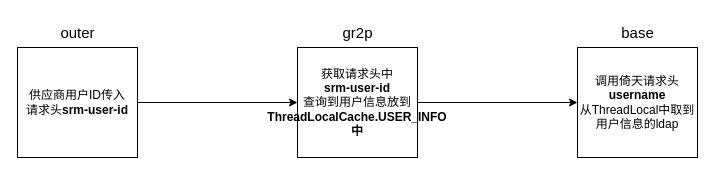
Before: outer请求头传递.drawio in xiaohuihui7726/drawio, a draw.io diagram. Source tidied: cells renumbered, new cells numbered last; positions are measured from the earlier drawing's top-left corner, leaving out a move shared by most shapes. Both pictures are drawn from the tidied source at 100%, with x=0, y=0 at pixel (17, 17).
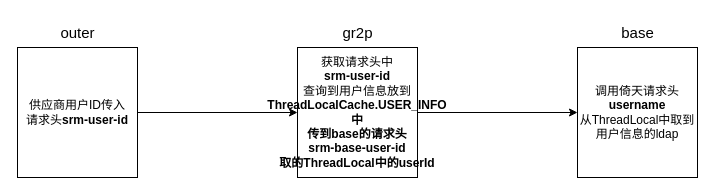
The same page after the edit.

Commit message (it also covers changes not shown here):
更新outer请求头传递.drawio

The edit, as a diff of the source:
```diff
@@
 <mxGraphModel>
   <root>
     <mxCell id="0" />
     <mxCell id="1" parent="0" />
     <mxCell id="2" style="edgeStyle=orthogonalEdgeStyle;rounded=0;jettySize=auto;html=1;entryX=0;entryY=0.5;entryDx=0;entryDy=0;" parent="1" edge="1" source="3" target="6">
       <mxGeometry relative="1" as="geometry" />
     </mxCell>
     <mxCell id="3" value="供应商用户ID传入&lt;div&gt;请求头&lt;b&gt;srm-user-id&lt;/b&gt;&lt;/div&gt;" style="rounded=0;whiteSpace=wrap;html=1;" parent="1" vertex="1">
-      <mxGeometry y="30" width="120" height="110" as="geometry" />
+      <mxGeometry y="30" width="120" height="130" as="geometry" />
     </mxCell>
     <mxCell id="4" value="&lt;font style=&quot;font-size: 15px;&quot;&gt;outer&lt;/font&gt;" style="text;html=1;align=center;verticalAlign=middle;strokeColor=none;fillColor=none;" parent="1" vertex="1">
       <mxGeometry x="30" width="60" height="30" as="geometry" />
     </mxCell>
     <mxCell id="5" style="edgeStyle=orthogonalEdgeStyle;rounded=0;jettySize=auto;html=1;entryX=0;entryY=0.5;entryDx=0;entryDy=0;" parent="1" edge="1" source="6" target="8">
       <mxGeometry relative="1" as="geometry" />
     </mxCell>
-    <mxCell id="6" value="获取请求头中&lt;div&gt;&lt;b&gt;srm-user-id&lt;/b&gt;&lt;/div&gt;&lt;div&gt;查询到用户信息放到&lt;/div&gt;&lt;div&gt;&lt;b&gt;ThreadLocalCache.USER_INFO中&lt;/b&gt;&lt;br&gt;&lt;/div&gt;" style="rounded=0;whiteSpace=wrap;html=1;" parent="1" vertex="1">
-      <mxGeometry x="280" y="30" width="120" height="110" as="geometry" />
+    <mxCell id="6" value="获取请求头中&lt;div&gt;&lt;b&gt;srm-user-id&lt;/b&gt;&lt;/div&gt;&lt;div&gt;查询到用户信息放到&lt;/div&gt;&lt;div&gt;&lt;b&gt;ThreadLocalCache.USER_INFO中&lt;/b&gt;&lt;br&gt;&lt;/div&gt;&lt;div&gt;&lt;b&gt;传到base的请求头&lt;/b&gt;&lt;/div&gt;&lt;div&gt;&lt;span style=&quot;background-color: initial;&quot;&gt;&lt;b&gt;srm-base-user-id&lt;/b&gt;&lt;/span&gt;&lt;/div&gt;&lt;div&gt;&lt;span style=&quot;background-color: initial;&quot;&gt;&lt;b&gt;取的ThreadLocal中的userId&lt;/b&gt;&lt;/span&gt;&lt;/div&gt;" style="rounded=0;whiteSpace=wrap;html=1;" parent="1" vertex="1">
+      <mxGeometry x="280" y="30" width="120" height="130" as="geometry" />
     </mxCell>
     <mxCell id="7" value="&lt;font style=&quot;font-size: 15px;&quot;&gt;gr2p&lt;/font&gt;" style="text;html=1;align=center;verticalAlign=middle;strokeColor=none;fillColor=none;" parent="1" vertex="1">
       <mxGeometry x="315" width="50" height="30" as="geometry" />
     </mxCell>
     <mxCell id="8" value="调用倚天请求头&lt;div&gt;&lt;b&gt;username&lt;/b&gt;&lt;/div&gt;&lt;div&gt;从ThreadLocal中取到用户信息的ldap&lt;/div&gt;" style="rounded=0;whiteSpace=wrap;html=1;" parent="1" vertex="1">
-      <mxGeometry x="560" y="30" width="120" height="110" as="geometry" />
+      <mxGeometry x="560" y="30" width="120" height="130" as="geometry" />
     </mxCell>
     <mxCell id="9" value="&lt;font style=&quot;font-size: 15px;&quot;&gt;base&lt;/font&gt;" style="text;html=1;align=center;verticalAlign=middle;strokeColor=none;fillColor=none;" parent="1" vertex="1">
       <mxGeometry x="590" width="60" height="30" as="geometry" />
     </mxCell>
   </root>
 </mxGraphModel>
```
